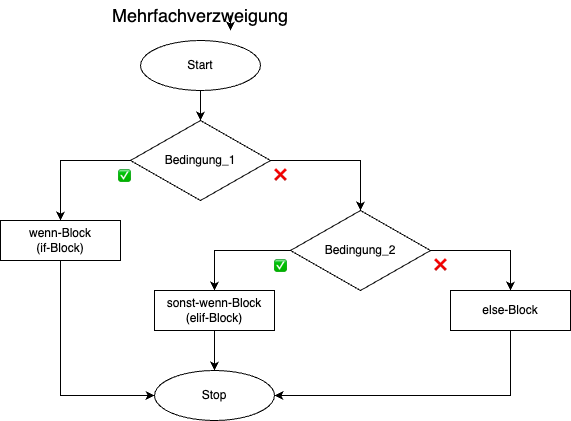
This is of/bilder/notebooks/grundwissen_programmieren/1-5_Flussdiagramm_Mehrfachverzweigung.png from donze-informatikunterricht/donze-informatikunterricht.github.io, a draw.io export, as it was before one commit. Source tidied: cells renumbered, new cells last; positions are measured from the earlier drawing's top-left corner, leaving out a move shared by most shapes.
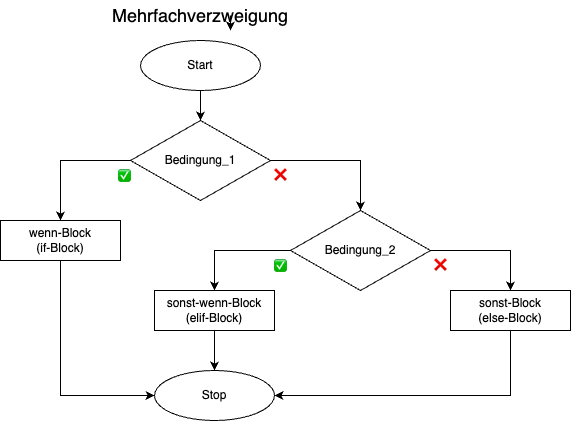
After the change.

Diff of the diagram source:
```diff
@@ -48,7 +48,7 @@
     <mxCell id="15" style="edgeStyle=orthogonalEdgeStyle;rounded=0;jettySize=auto;html=1;exitX=0.5;exitY=1;exitDx=0;exitDy=0;entryX=1;entryY=0.5;entryDx=0;entryDy=0;" parent="1" edge="1" source="16" target="4">
       <mxGeometry relative="1" as="geometry" />
     </mxCell>
-    <mxCell id="16" value="&lt;div&gt;else-Block&lt;br&gt;&lt;/div&gt;" style="rounded=0;whiteSpace=wrap;html=1;" parent="1" vertex="1">
+    <mxCell id="16" value="&lt;div&gt;&lt;div&gt;sonst-Block&lt;/div&gt;&lt;div&gt;(&lt;span style=&quot;background-color: transparent; color: light-dark(rgb(0, 0, 0), rgb(255, 255, 255));&quot;&gt;else-Block)&lt;/span&gt;&lt;/div&gt;&lt;/div&gt;" style="rounded=0;whiteSpace=wrap;html=1;" parent="1" vertex="1">
       <mxGeometry x="450" y="290" width="120" height="40" as="geometry" />
     </mxCell>
     <mxCell id="17" value="&lt;span style=&quot;font-family: &amp;quot;Apple Color Emoji&amp;quot;; text-align: left;&quot;&gt;&lt;font style=&quot;font-size: 10px;&quot;&gt;✅&lt;/font&gt;&lt;/span&gt;" style="text;html=1;align=center;verticalAlign=middle;whiteSpace=wrap;rounded=0;" parent="1" vertex="1">
```
